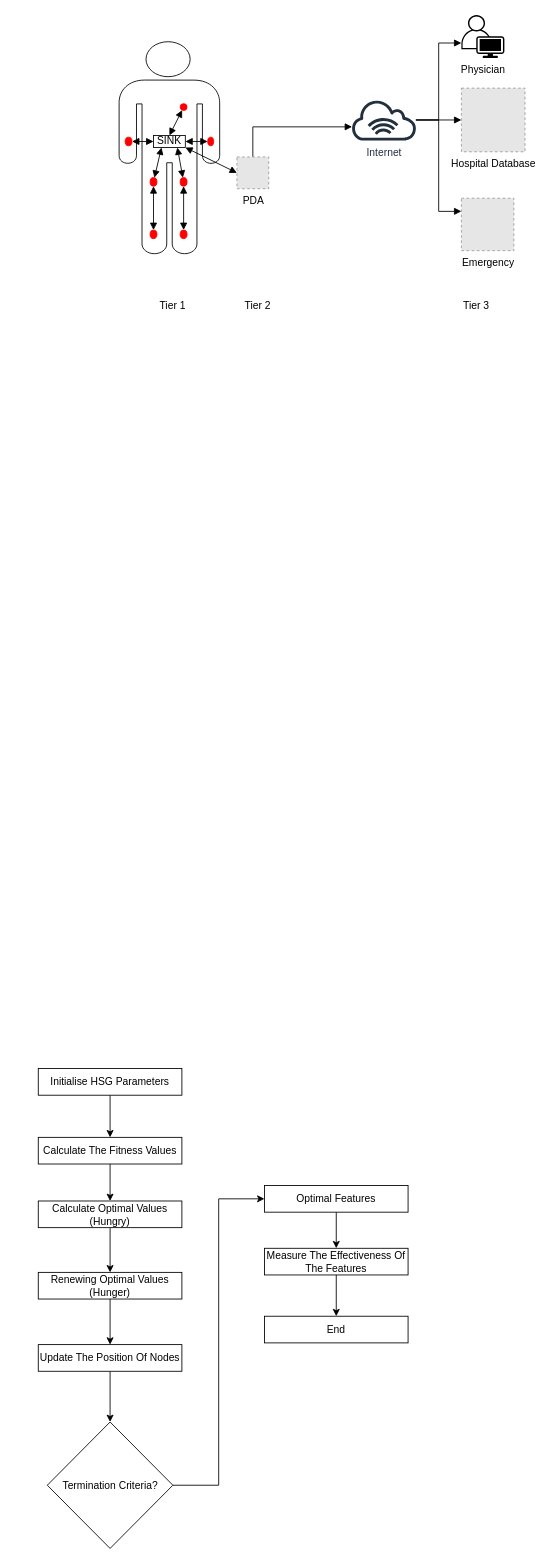
This is synopsis.drawio from filzahamjad/DataminingSynopsis_Figures, a draw.io file, before an edit. Source tidied: cells renumbered, new cells numbered last; positions are measured from the earlier drawing's top-left corner, leaving out a move shared by most shapes. Both pictures are drawn from the tidied source at 86%, with x=0, y=0 at pixel (38, 15). Pictures stored in the file or linked from it are replaced by grey dashed boxes.
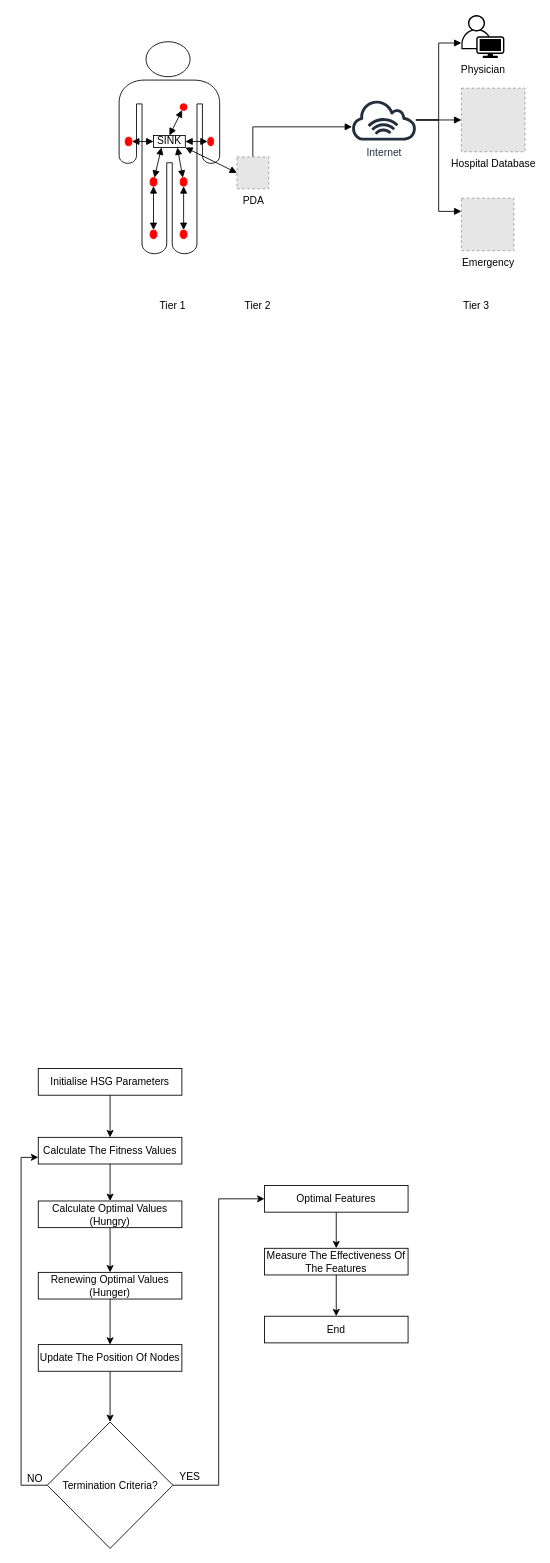
Above is the later version.

The change refers to these unchanged cells:
```xml
<mxCell id="43" value="Calculate The Fitness Values" style="rounded=0;whiteSpace=wrap;html=1;" parent="1" vertex="1">
  <mxGeometry y="1305" width="167" height="31" as="geometry" />
</mxCell>
<mxCell id="47" value="Termination Criteria?" style="rhombus;whiteSpace=wrap;html=1;" parent="1" vertex="1">
  <mxGeometry x="10.5" y="1636" width="146" height="147" as="geometry" />
</mxCell>
```

The edit, as a diff of the source:
```diff
@@
+    <mxCell id="48" style="edgeStyle=orthogonalEdgeStyle;rounded=0;jettySize=auto;html=1;entryX=0;entryY=0.75;entryDx=0;entryDy=0;" parent="1" edge="1" source="47" target="43">
+      <mxGeometry relative="1" as="geometry">
+        <Array as="points">
+          <mxPoint x="-20" y="1710" />
+          <mxPoint x="-20" y="1328" />
+        </Array>
+      </mxGeometry>
+    </mxCell>
@@
+    <mxCell id="49" value="YES" style="text;html=1;align=center;verticalAlign=middle;strokeColor=none;fillColor=none;" parent="1" vertex="1">
+      <mxGeometry x="155" y="1687" width="42" height="26" as="geometry" />
+    </mxCell>
+    <mxCell id="50" value="NO" style="text;html=1;align=center;verticalAlign=middle;strokeColor=none;fillColor=none;" parent="1" vertex="1">
+      <mxGeometry x="-22" y="1689" width="36" height="26" as="geometry" />
+    </mxCell>
```
